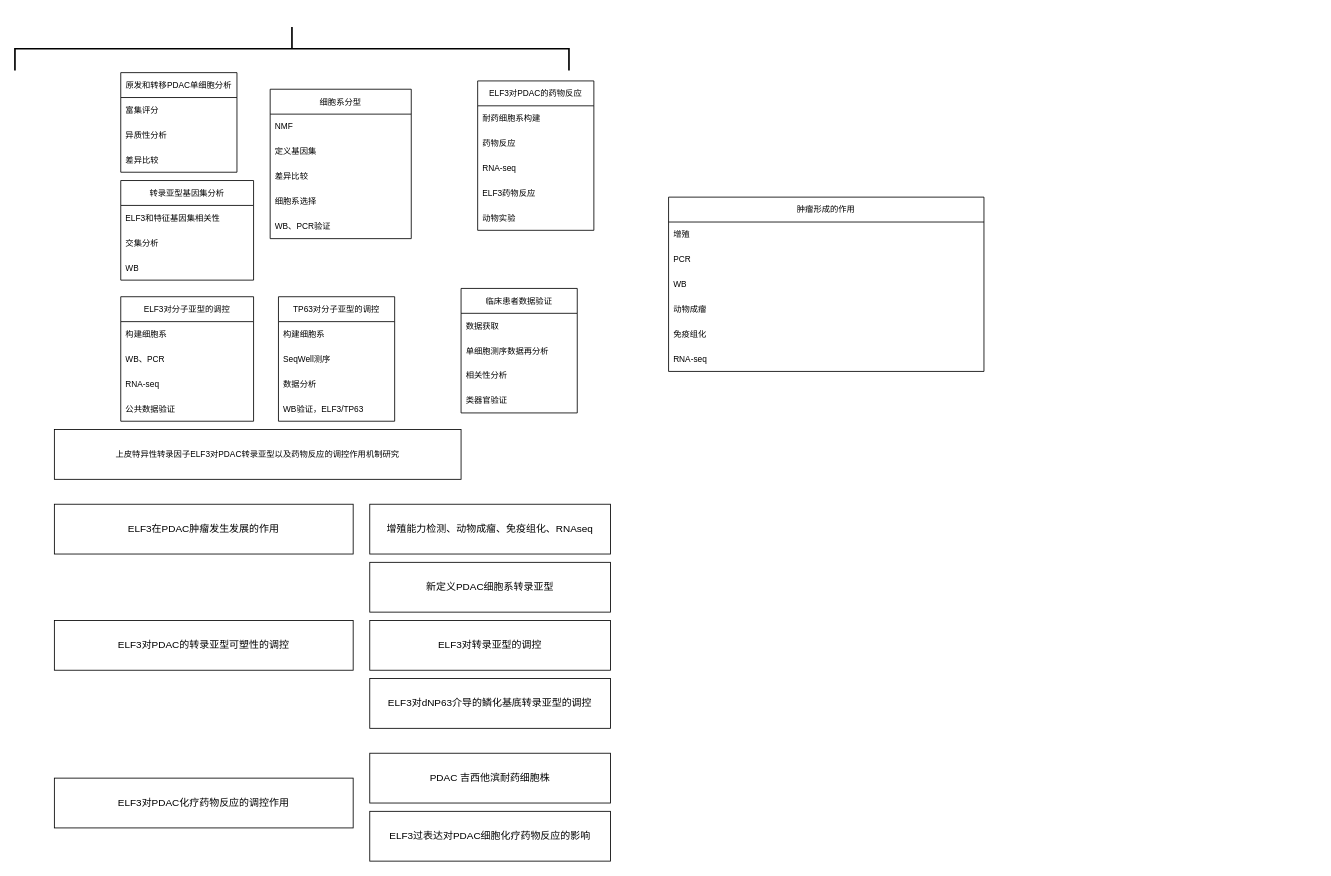
Above: ELF3技术路线.drawio in doctorchenzx/ELF3-project (draw.io), before the change. Source tidied: cells renumbered, new cells numbered last; positions are measured from the earlier drawing's top-left corner, leaving out a move shared by most shapes. Both pictures are drawn from the tidied source at 83%, with x=0, y=0 at pixel (54, -228).
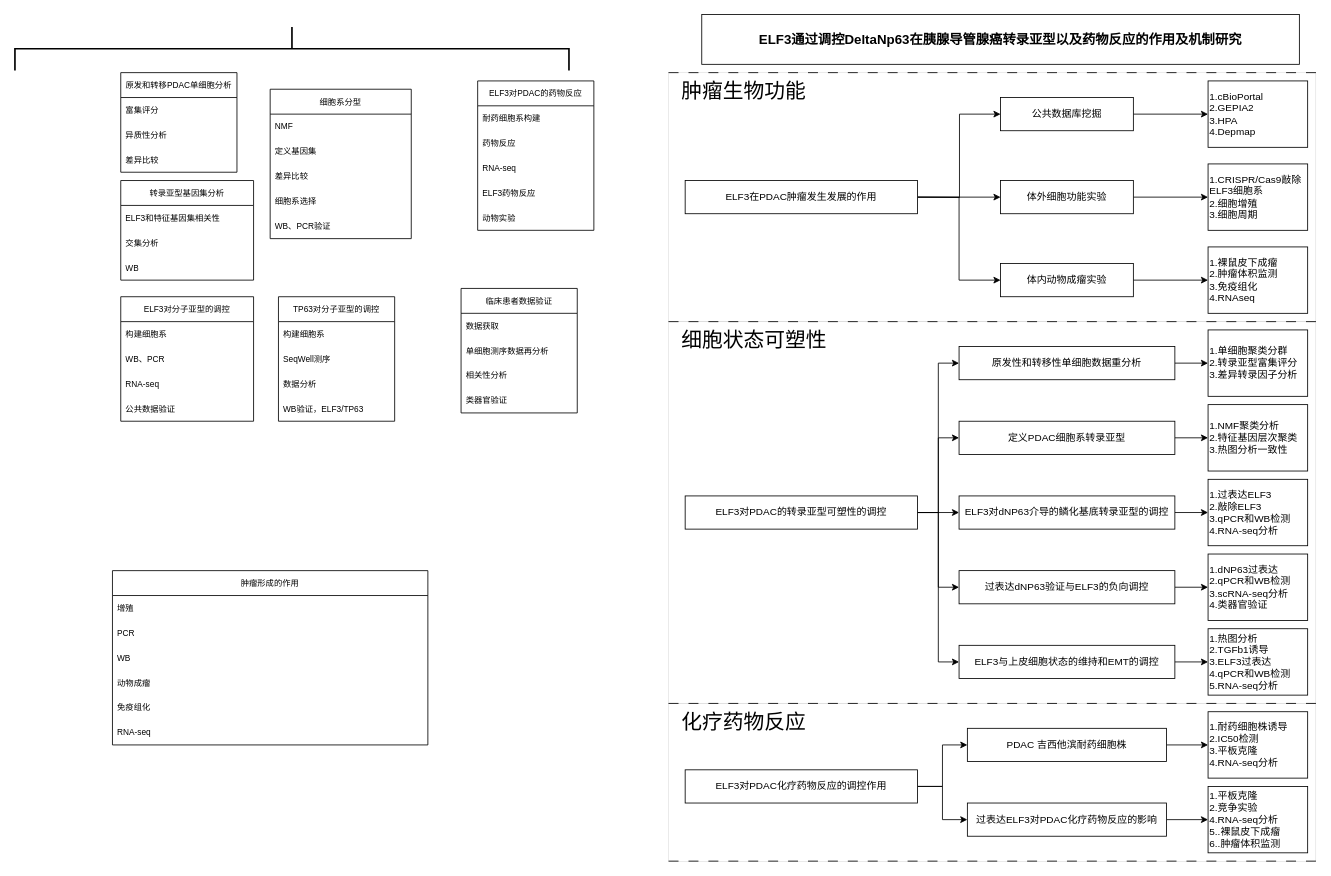
After the change.

Commit message:
更新ELF3技术路线.drawio

What changed in the source:
```diff
@@
+    <mxCell id="55" value="&lt;span style=&quot;text-align: center;&quot;&gt;&lt;font style=&quot;font-size: 25px;&quot;&gt;&amp;nbsp; 肿瘤生物功能&lt;/font&gt;&lt;/span&gt;" style="rounded=0;whiteSpace=wrap;html=1;verticalAlign=top;align=left;dashed=1;dashPattern=12 12;strokeWidth=0;" parent="1" vertex="1">
+      <mxGeometry x="740" y="362" width="780" height="300" as="geometry" />
+    </mxCell>
+    <mxCell id="56" value="&lt;span style=&quot;&quot;&gt;&amp;nbsp; 细胞状态可塑性&lt;/span&gt;" style="rounded=0;whiteSpace=wrap;html=1;verticalAlign=top;align=left;fontSize=25;dashed=1;dashPattern=12 12;strokeWidth=0;" parent="1" vertex="1">
+      <mxGeometry x="740" y="662" width="780" height="460" as="geometry" />
+    </mxCell>
+    <mxCell id="57" value="&lt;font style=&quot;font-size: 25px;&quot;&gt;&amp;nbsp; 化疗药物反应&lt;/font&gt;" style="rounded=0;whiteSpace=wrap;html=1;verticalAlign=top;align=left;dashed=1;dashPattern=12 12;strokeWidth=0;" parent="1" vertex="1">
+      <mxGeometry x="740" y="1122" width="780" height="190" as="geometry" />
+    </mxCell>
-    <mxCell id="2" value="上皮特异性转录因子ELF3对PDAC转录亚型以及药物反应的调控作用机制研究" style="rounded=0;whiteSpace=wrap;html=1;fontSize=10;" parent="1" vertex="1">
-      <mxGeometry y="792" width="490" height="60" as="geometry" />
+    <mxCell id="2" value="&lt;span style=&quot;line-height: 19.2px; font-weight: bold; caret-color: rgb(0, 0, 0); font-family: -webkit-standard; text-align: start; text-indent: -85px;&quot; class=&quot;s15&quot;&gt;ELF&lt;/span&gt;&lt;span style=&quot;line-height: 19.2px; font-weight: bold; caret-color: rgb(0, 0, 0); font-family: -webkit-standard; text-align: start; text-indent: -85px;&quot; class=&quot;s15&quot;&gt;3&lt;/span&gt;&lt;span style=&quot;line-height: 19.2px; font-weight: bold; caret-color: rgb(0, 0, 0); font-family: -webkit-standard; text-align: start; text-indent: -85px;&quot; class=&quot;s15&quot;&gt;通过调控&lt;/span&gt;&lt;span style=&quot;line-height: 19.2px; font-weight: bold; caret-color: rgb(0, 0, 0); font-family: -webkit-standard; text-align: start; text-indent: -85px;&quot; class=&quot;s15&quot;&gt;Del&lt;/span&gt;&lt;span style=&quot;line-height: 19.2px; font-weight: bold; caret-color: rgb(0, 0, 0); font-family: -webkit-standard; text-align: start; text-indent: -85px;&quot; class=&quot;s15&quot;&gt;taNp63&lt;/span&gt;&lt;span style=&quot;line-height: 19.2px; font-weight: bold; caret-color: rgb(0, 0, 0); font-family: -webkit-standard; text-align: start; text-indent: -85px;&quot; class=&quot;s15&quot;&gt;在&lt;/span&gt;&lt;span style=&quot;line-height: 19.2px; font-weight: bold; caret-color: rgb(0, 0, 0); font-family: -webkit-standard; text-align: start; text-indent: -85px;&quot; class=&quot;s15&quot;&gt;胰腺导管腺癌转录亚型以及药物反应的作用及&lt;/span&gt;&lt;span style=&quot;line-height: 19.2px; font-weight: bold; caret-color: rgb(0, 0, 0); font-family: -webkit-standard; text-align: start; text-indent: -85px;&quot; class=&quot;s15&quot;&gt;机&lt;/span&gt;&lt;span style=&quot;line-height: 19.2px; font-weight: bold; caret-color: rgb(0, 0, 0); font-family: -webkit-standard; text-align: start; text-indent: -85px;&quot; class=&quot;s15&quot;&gt;制研究&lt;/span&gt;" style="rounded=0;whiteSpace=wrap;html=1;fontSize=16;" parent="1" vertex="1">
+      <mxGeometry x="780" y="292" width="720" height="60" as="geometry" />
     </mxCell>
     <mxCell id="3" value="肿瘤形成的作用" style="swimlane;fontStyle=0;horizontal=1;startSize=30;whiteSpace=wrap;html=1;fontSize=10;" parent="1" vertex="1">
-      <mxGeometry x="740" y="512" width="380" height="210" as="geometry" />
+      <mxGeometry x="70" y="962" width="380" height="210" as="geometry" />
     </mxCell>
@@
+    <mxCell id="58" style="edgeStyle=orthogonalEdgeStyle;rounded=0;jettySize=auto;html=1;exitX=1;exitY=0.5;exitDx=0;exitDy=0;entryX=0;entryY=0.5;entryDx=0;entryDy=0;" parent="1" edge="1" source="46" target="80">
+      <mxGeometry relative="1" as="geometry" />
+    </mxCell>
+    <mxCell id="59" style="edgeStyle=orthogonalEdgeStyle;rounded=0;jettySize=auto;html=1;exitX=1;exitY=0.5;exitDx=0;exitDy=0;entryX=0;entryY=0.5;entryDx=0;entryDy=0;" parent="1" edge="1" source="46" target="82">
+      <mxGeometry relative="1" as="geometry" />
+    </mxCell>
+    <mxCell id="60" style="edgeStyle=orthogonalEdgeStyle;rounded=0;jettySize=auto;html=1;entryX=0;entryY=0.5;entryDx=0;entryDy=0;" parent="1" edge="1" target="72">
+      <mxGeometry relative="1" as="geometry">
+        <mxPoint x="1040" y="512" as="sourcePoint" />
+      </mxGeometry>
+    </mxCell>
     <mxCell id="46" value="ELF3在PDAC肿瘤发生发展的作用" style="rounded=0;whiteSpace=wrap;html=1;" parent="1" vertex="1">
-      <mxGeometry y="882" width="360" height="60" as="geometry" />
+      <mxGeometry x="760" y="492" width="280" height="40" as="geometry" />
     </mxCell>
+    <mxCell id="61" style="edgeStyle=orthogonalEdgeStyle;rounded=0;jettySize=auto;html=1;exitX=1;exitY=0.5;exitDx=0;exitDy=0;entryX=0;entryY=0.5;entryDx=0;entryDy=0;" parent="1" edge="1" source="47" target="85">
+      <mxGeometry relative="1" as="geometry" />
+    </mxCell>
+    <mxCell id="62" style="edgeStyle=orthogonalEdgeStyle;rounded=0;jettySize=auto;html=1;exitX=1;exitY=0.5;exitDx=0;exitDy=0;entryX=0;entryY=0.5;entryDx=0;entryDy=0;" parent="1" edge="1" source="47" target="74">
+      <mxGeometry relative="1" as="geometry" />
+    </mxCell>
+    <mxCell id="63" style="edgeStyle=orthogonalEdgeStyle;rounded=0;jettySize=auto;html=1;exitX=1;exitY=0.5;exitDx=0;exitDy=0;entryX=0;entryY=0.5;entryDx=0;entryDy=0;" parent="1" edge="1" source="47" target="76">
+      <mxGeometry relative="1" as="geometry" />
+    </mxCell>
+    <mxCell id="64" style="edgeStyle=orthogonalEdgeStyle;rounded=0;jettySize=auto;html=1;exitX=1;exitY=0.5;exitDx=0;exitDy=0;entryX=0;entryY=0.5;entryDx=0;entryDy=0;" parent="1" edge="1" source="47" target="50">
+      <mxGeometry relative="1" as="geometry" />
+    </mxCell>
+    <mxCell id="65" style="edgeStyle=orthogonalEdgeStyle;rounded=0;jettySize=auto;html=1;exitX=1;exitY=0.5;exitDx=0;exitDy=0;entryX=0;entryY=0.5;entryDx=0;entryDy=0;" parent="1" edge="1" source="47" target="52">
+      <mxGeometry relative="1" as="geometry" />
+    </mxCell>
     <mxCell id="47" value="ELF3对PDAC的转录亚型可塑性的调控" style="rounded=0;whiteSpace=wrap;html=1;" parent="1" vertex="1">
-      <mxGeometry y="1022" width="360" height="60" as="geometry" />
+      <mxGeometry x="760" y="872" width="280" height="40" as="geometry" />
     </mxCell>
+    <mxCell id="66" style="edgeStyle=orthogonalEdgeStyle;rounded=0;jettySize=auto;html=1;exitX=1;exitY=0.5;exitDx=0;exitDy=0;entryX=0;entryY=0.5;entryDx=0;entryDy=0;" parent="1" edge="1" source="48" target="53">
+      <mxGeometry relative="1" as="geometry" />
+    </mxCell>
+    <mxCell id="67" style="edgeStyle=orthogonalEdgeStyle;rounded=0;jettySize=auto;html=1;exitX=1;exitY=0.5;exitDx=0;exitDy=0;entryX=0;entryY=0.5;entryDx=0;entryDy=0;" parent="1" edge="1" source="48" target="54">
+      <mxGeometry relative="1" as="geometry" />
+    </mxCell>
     <mxCell id="48" value="ELF3对PDAC化疗药物反应的调控作用" style="rounded=0;whiteSpace=wrap;html=1;" parent="1" vertex="1">
-      <mxGeometry y="1212" width="360" height="60" as="geometry" />
+      <mxGeometry x="760" y="1202" width="280" height="40" as="geometry" />
     </mxCell>
-    <mxCell id="49" value="增殖能力检测、动物成瘤、免疫组化、RNAseq" style="rounded=0;whiteSpace=wrap;html=1;" parent="1" vertex="1">
-      <mxGeometry x="380" y="882" width="290" height="60" as="geometry" />
+    <mxCell id="49" value="1.CRISPR/Cas9敲除ELF3细胞系&lt;br&gt;2.细胞增殖&lt;br&gt;3.细胞周期" style="rounded=0;whiteSpace=wrap;html=1;align=left;" parent="1" vertex="1">
+      <mxGeometry x="1390" y="472" width="120" height="80" as="geometry" />
     </mxCell>
+    <mxCell id="68" style="edgeStyle=orthogonalEdgeStyle;rounded=0;jettySize=auto;html=1;exitX=1;exitY=0.5;exitDx=0;exitDy=0;entryX=0;entryY=0.5;entryDx=0;entryDy=0;" parent="1" edge="1" source="50" target="77">
+      <mxGeometry relative="1" as="geometry" />
+    </mxCell>
-    <mxCell id="50" value="新定义PDAC细胞系转录亚型" style="rounded=0;whiteSpace=wrap;html=1;" parent="1" vertex="1">
-      <mxGeometry x="380" y="952" width="290" height="60" as="geometry" />
+    <mxCell id="50" value="定义PDAC细胞系转录亚型" style="rounded=0;whiteSpace=wrap;html=1;" parent="1" vertex="1">
+      <mxGeometry x="1090" y="782" width="260" height="40" as="geometry" />
     </mxCell>
-    <mxCell id="51" value="ELF3对转录亚型的调控" style="rounded=0;whiteSpace=wrap;html=1;" parent="1" vertex="1">
-      <mxGeometry x="380" y="1022" width="290" height="60" as="geometry" />
+    <mxCell id="51" value="1.过表达ELF3&lt;br&gt;2.敲除ELF3&lt;br&gt;3.qPCR和WB检测&lt;br&gt;4.RNA-seq分析" style="rounded=0;whiteSpace=wrap;html=1;align=left;verticalAlign=middle;" parent="1" vertex="1">
+      <mxGeometry x="1390" y="852" width="120" height="80" as="geometry" />
     </mxCell>
+    <mxCell id="69" style="edgeStyle=orthogonalEdgeStyle;rounded=0;jettySize=auto;html=1;exitX=1;exitY=0.5;exitDx=0;exitDy=0;entryX=0;entryY=0.5;entryDx=0;entryDy=0;" parent="1" edge="1" source="53" target="90">
+      <mxGeometry relative="1" as="geometry" />
+    </mxCell>
+    <mxCell id="53" value="PDAC 吉西他滨耐药细胞株" style="rounded=0;whiteSpace=wrap;html=1;" parent="1" vertex="1">
+      <mxGeometry x="1100" y="1152" width="240" height="40" as="geometry" />
+    </mxCell>
+    <mxCell id="70" style="edgeStyle=orthogonalEdgeStyle;rounded=0;jettySize=auto;html=1;exitX=1;exitY=0.5;exitDx=0;exitDy=0;entryX=0;entryY=0.5;entryDx=0;entryDy=0;" parent="1" edge="1" source="54" target="91">
+      <mxGeometry relative="1" as="geometry" />
+    </mxCell>
+    <mxCell id="54" value="过表达ELF3对PDAC化疗药物反应的影响" style="rounded=0;whiteSpace=wrap;html=1;" parent="1" vertex="1">
+      <mxGeometry x="1100" y="1242" width="240" height="40" as="geometry" />
+    </mxCell>
+    <mxCell id="71" style="edgeStyle=orthogonalEdgeStyle;rounded=0;jettySize=auto;html=1;exitX=1;exitY=0.5;exitDx=0;exitDy=0;entryX=0;entryY=0.5;entryDx=0;entryDy=0;" parent="1" edge="1" source="72" target="83">
+      <mxGeometry relative="1" as="geometry" />
+    </mxCell>
+    <mxCell id="72" value="公共数据库挖掘" style="rounded=0;whiteSpace=wrap;html=1;" parent="1" vertex="1">
+      <mxGeometry x="1140" y="392" width="160" height="40" as="geometry" />
+    </mxCell>
+    <mxCell id="73" style="edgeStyle=orthogonalEdgeStyle;rounded=0;jettySize=auto;html=1;exitX=1;exitY=0.5;exitDx=0;exitDy=0;entryX=0;entryY=0.5;entryDx=0;entryDy=0;" parent="1" edge="1" source="74" target="89">
+      <mxGeometry relative="1" as="geometry" />
+    </mxCell>
+    <mxCell id="74" value="ELF3与上皮细胞状态的维持和EMT的调控" style="rounded=0;whiteSpace=wrap;html=1;" parent="1" vertex="1">
+      <mxGeometry x="1090" y="1052" width="260" height="40" as="geometry" />
+    </mxCell>
+    <mxCell id="75" style="edgeStyle=orthogonalEdgeStyle;rounded=0;jettySize=auto;html=1;exitX=1;exitY=0.5;exitDx=0;exitDy=0;entryX=0;entryY=0.5;entryDx=0;entryDy=0;" parent="1" edge="1" source="76" target="88">
+      <mxGeometry relative="1" as="geometry" />
+    </mxCell>
+    <mxCell id="76" value="过表达dNP63验证与ELF3的负向调控" style="rounded=0;whiteSpace=wrap;html=1;" parent="1" vertex="1">
+      <mxGeometry x="1090" y="962" width="260" height="40" as="geometry" />
+    </mxCell>
+    <mxCell id="77" value="1.NMF聚类分析&lt;br&gt;2.特征基因层次聚类&lt;br&gt;3.热图分析一致性" style="rounded=0;whiteSpace=wrap;html=1;align=left;verticalAlign=middle;" parent="1" vertex="1">
+      <mxGeometry x="1390" y="762" width="120" height="80" as="geometry" />
+    </mxCell>
+    <mxCell id="78" value="1.裸鼠皮下成瘤&lt;br&gt;2.肿瘤体积监测&lt;br&gt;3.免疫组化&lt;br&gt;4.RNAseq" style="rounded=0;whiteSpace=wrap;html=1;align=left;" parent="1" vertex="1">
+      <mxGeometry x="1390" y="572" width="120" height="80" as="geometry" />
+    </mxCell>
+    <mxCell id="79" style="edgeStyle=orthogonalEdgeStyle;rounded=0;jettySize=auto;html=1;exitX=1;exitY=0.5;exitDx=0;exitDy=0;entryX=0;entryY=0.5;entryDx=0;entryDy=0;" parent="1" edge="1" source="80" target="49">
+      <mxGeometry relative="1" as="geometry" />
+    </mxCell>
+    <mxCell id="80" value="体外细胞功能实验" style="rounded=0;whiteSpace=wrap;html=1;" parent="1" vertex="1">
+      <mxGeometry x="1140" y="492" width="160" height="40" as="geometry" />
+    </mxCell>
+    <mxCell id="81" style="edgeStyle=orthogonalEdgeStyle;rounded=0;jettySize=auto;html=1;exitX=1;exitY=0.5;exitDx=0;exitDy=0;entryX=0;entryY=0.5;entryDx=0;entryDy=0;" parent="1" edge="1" source="82" target="78">
+      <mxGeometry relative="1" as="geometry" />
+    </mxCell>
+    <mxCell id="82" value="体内动物成瘤实验" style="rounded=0;whiteSpace=wrap;html=1;" parent="1" vertex="1">
+      <mxGeometry x="1140" y="592" width="160" height="40" as="geometry" />
+    </mxCell>
+    <mxCell id="83" value="1.cBioPortal&lt;div&gt;2.GEPIA2&lt;/div&gt;&lt;div&gt;3.HPA&lt;/div&gt;&lt;div&gt;4.Depmap&lt;/div&gt;" style="rounded=0;whiteSpace=wrap;html=1;align=left;" parent="1" vertex="1">
+      <mxGeometry x="1390" y="372" width="120" height="80" as="geometry" />
+    </mxCell>
+    <mxCell id="84" style="edgeStyle=orthogonalEdgeStyle;rounded=0;jettySize=auto;html=1;exitX=1;exitY=0.5;exitDx=0;exitDy=0;entryX=0;entryY=0.5;entryDx=0;entryDy=0;" parent="1" edge="1" source="85" target="86">
+      <mxGeometry relative="1" as="geometry" />
+    </mxCell>
+    <mxCell id="85" value="原发性和转移性单细胞数据重分析" style="rounded=0;whiteSpace=wrap;html=1;" parent="1" vertex="1">
+      <mxGeometry x="1090" y="692" width="260" height="40" as="geometry" />
+    </mxCell>
+    <mxCell id="86" value="1.单细胞聚类分群&lt;br&gt;2.转录亚型富集评分&lt;br&gt;3.差异转录因子分析" style="rounded=0;whiteSpace=wrap;html=1;align=left;verticalAlign=middle;" parent="1" vertex="1">
+      <mxGeometry x="1390" y="672" width="120" height="80" as="geometry" />
+    </mxCell>
+    <mxCell id="87" style="edgeStyle=orthogonalEdgeStyle;rounded=0;jettySize=auto;html=1;exitX=1;exitY=0.5;exitDx=0;exitDy=0;entryX=0;entryY=0.5;entryDx=0;entryDy=0;" parent="1" edge="1" source="52" target="51">
+      <mxGeometry relative="1" as="geometry" />
+    </mxCell>
     <mxCell id="52" value="ELF3对dNP63介导的鳞化基底转录亚型的调控" style="rounded=0;whiteSpace=wrap;html=1;" parent="1" vertex="1">
-      <mxGeometry x="380" y="1092" width="290" height="60" as="geometry" />
+      <mxGeometry x="1090" y="872" width="260" height="40" as="geometry" />
     </mxCell>
-    <mxCell id="53" value="PDAC 吉西他滨耐药细胞株" style="rounded=0;whiteSpace=wrap;html=1;" parent="1" vertex="1">
-      <mxGeometry x="380" y="1182" width="290" height="60" as="geometry" />
-    </mxCell>
-    <mxCell id="54" value="ELF3过表达对PDAC细胞化疗药物反应的影响" style="rounded=0;whiteSpace=wrap;html=1;" parent="1" vertex="1">
-      <mxGeometry x="380" y="1252" width="290" height="60" as="geometry" />
-    </mxCell>
+    <mxCell id="88" value="1.dNP63过表达&lt;br&gt;2.qPCR和WB检测&lt;br&gt;3.scRNA-seq分析&lt;br&gt;4.类器官验证" style="rounded=0;whiteSpace=wrap;html=1;align=left;verticalAlign=middle;" parent="1" vertex="1">
+      <mxGeometry x="1390" y="942" width="120" height="80" as="geometry" />
+    </mxCell>
+    <mxCell id="89" value="1.热图分析&lt;br&gt;2.TGFb1诱导&lt;br&gt;3.ELF3过表达&lt;br&gt;4.qPCR和WB检测&lt;br&gt;5.RNA-seq分析" style="rounded=0;whiteSpace=wrap;html=1;align=left;verticalAlign=middle;" parent="1" vertex="1">
+      <mxGeometry x="1390" y="1032" width="120" height="80" as="geometry" />
+    </mxCell>
+    <mxCell id="90" value="1.耐药细胞株诱导&lt;br&gt;2.IC50检测&lt;br&gt;3.平板克隆&lt;br&gt;4.RNA-seq分析" style="rounded=0;whiteSpace=wrap;html=1;align=left;" parent="1" vertex="1">
+      <mxGeometry x="1390" y="1132" width="120" height="80" as="geometry" />
+    </mxCell>
+    <mxCell id="91" value="1.平板克隆&lt;div&gt;2.竞争实验&lt;br&gt;4.RNA-seq分析&lt;br&gt;5..裸鼠皮下成瘤&lt;br&gt;6..肿瘤体积监测&lt;/div&gt;" style="rounded=0;whiteSpace=wrap;html=1;align=left;" parent="1" vertex="1">
+      <mxGeometry x="1390" y="1222" width="120" height="80" as="geometry" />
+    </mxCell>
+    <mxCell id="92" style="endArrow=none;dashed=1;html=1;rounded=0;entryX=1;entryY=0;entryDx=0;entryDy=0;exitX=0;exitY=0;exitDx=0;exitDy=0;dashPattern=12 12;strokeWidth=1;" parent="1" edge="1">
+      <mxGeometry relative="1" as="geometry">
+        <mxPoint x="740" y="1122" as="sourcePoint" />
+        <mxPoint x="1520" y="1122" as="targetPoint" />
+      </mxGeometry>
+    </mxCell>
+    <mxCell id="93" style="endArrow=none;dashed=1;html=1;rounded=0;entryX=1;entryY=0;entryDx=0;entryDy=0;exitX=0;exitY=0;exitDx=0;exitDy=0;dashPattern=12 12;strokeWidth=1;" parent="1" edge="1">
+      <mxGeometry relative="1" as="geometry">
+        <mxPoint x="740" y="662" as="sourcePoint" />
+        <mxPoint x="1520" y="662" as="targetPoint" />
+      </mxGeometry>
+    </mxCell>
+    <mxCell id="94" style="endArrow=none;dashed=1;html=1;rounded=0;entryX=1;entryY=0;entryDx=0;entryDy=0;exitX=0;exitY=0;exitDx=0;exitDy=0;dashPattern=12 12;strokeWidth=1;" parent="1" edge="1">
+      <mxGeometry relative="1" as="geometry">
+        <mxPoint x="740" y="362" as="sourcePoint" />
+        <mxPoint x="1520" y="362" as="targetPoint" />
+      </mxGeometry>
+    </mxCell>
+    <mxCell id="95" style="endArrow=none;dashed=1;html=1;rounded=0;entryX=1;entryY=0;entryDx=0;entryDy=0;exitX=0;exitY=0;exitDx=0;exitDy=0;dashPattern=12 12;strokeWidth=1;" parent="1" edge="1">
+      <mxGeometry relative="1" as="geometry">
+        <mxPoint x="740" y="1312" as="sourcePoint" />
+        <mxPoint x="1520" y="1312" as="targetPoint" />
+      </mxGeometry>
+    </mxCell>
```
